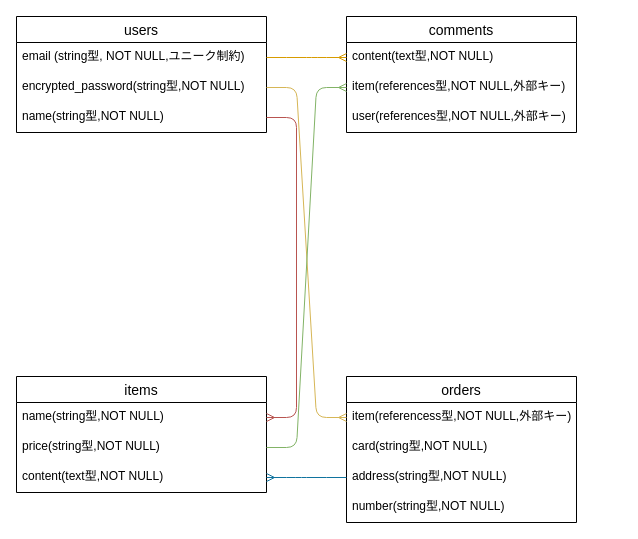
The draw.io diagram furima.dio in ryusi11/furima-39611, before the edit. Source tidied: cells renumbered, new cells numbered last; positions are measured from the earlier drawing's top-left corner, leaving out a move shared by most shapes. Both pictures are drawn from the tidied source at 100%, with x=0, y=0 at pixel (16, 16).
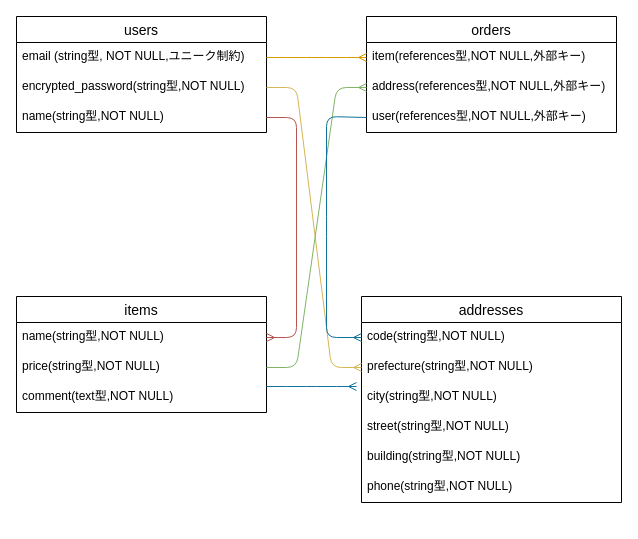
After the change.

Commit message (it also covers changes not shown here):
データベース設計a

Unchanged cells that the change refers to:
```xml
<mxCell id="4" value="price(string型,NOT NULL)" style="text;strokeColor=none;fillColor=none;spacingLeft=4;spacingRight=4;overflow=hidden;points=[[0,0.5],[1,0.5]];portConstraint=eastwest;fontSize=12;" parent="2" vertex="1">
  <mxGeometry y="56" width="250" height="30" as="geometry" />
</mxCell>
<mxCell id="12" value="email (string型, NOT NULL,ユニーク制約)" style="text;strokeColor=none;fillColor=none;spacingLeft=4;spacingRight=4;overflow=hidden;points=[[0,0.5],[1,0.5]];portConstraint=eastwest;fontSize=12;" parent="11" vertex="1">
  <mxGeometry y="26" width="250" height="30" as="geometry" />
</mxCell>
<mxCell id="13" value="encrypted_password(string型,NOT NULL)" style="text;strokeColor=none;fillColor=none;spacingLeft=4;spacingRight=4;overflow=hidden;points=[[0,0.5],[1,0.5]];portConstraint=eastwest;fontSize=12;" parent="11" vertex="1">
  <mxGeometry y="56" width="250" height="30" as="geometry" />
</mxCell>
```

The edit, as a diff of the source:
```diff
@@
     <mxCell id="2" value="items" style="swimlane;fontStyle=0;horizontal=1;startSize=26;align=center;fontSize=14;" parent="1" vertex="1">
-      <mxGeometry y="360" width="250" height="116" as="geometry" />
+      <mxGeometry y="280" width="250" height="116" as="geometry" />
     </mxCell>
@@
-    <mxCell id="5" value="content(text型,NOT NULL)" style="text;strokeColor=none;fillColor=none;spacingLeft=4;spacingRight=4;overflow=hidden;points=[[0,0.5],[1,0.5]];portConstraint=eastwest;fontSize=12;" parent="2" vertex="1">
+    <mxCell id="5" value="comment(text型,NOT NULL)" style="text;strokeColor=none;fillColor=none;spacingLeft=4;spacingRight=4;overflow=hidden;points=[[0,0.5],[1,0.5]];portConstraint=eastwest;fontSize=12;" parent="2" vertex="1">
       <mxGeometry y="86" width="250" height="30" as="geometry" />
     </mxCell>
     <mxCell id="6" value="orders" style="swimlane;fontStyle=0;horizontal=1;startSize=26;align=center;fontSize=14;" parent="1" vertex="1">
-      <mxGeometry x="330" y="360" width="230" height="146" as="geometry" />
+      <mxGeometry x="350" width="250" height="116" as="geometry" />
     </mxCell>
-    <mxCell id="7" value="item(referencess型,NOT NULL,外部キー)" style="text;strokeColor=none;fillColor=none;spacingLeft=4;spacingRight=4;overflow=hidden;points=[[0,0.5],[1,0.5]];portConstraint=eastwest;fontSize=12;" parent="6" vertex="1">
-      <mxGeometry y="26" width="230" height="30" as="geometry" />
+    <mxCell id="7" value="item(references型,NOT NULL,外部キー)" style="text;strokeColor=none;fillColor=none;spacingLeft=4;spacingRight=4;overflow=hidden;points=[[0,0.5],[1,0.5]];portConstraint=eastwest;fontSize=12;" parent="6" vertex="1">
+      <mxGeometry y="26" width="250" height="30" as="geometry" />
     </mxCell>
-    <mxCell id="8" value="card(string型,NOT NULL)" style="text;strokeColor=none;fillColor=none;spacingLeft=4;spacingRight=4;overflow=hidden;fontSize=12;" parent="6" vertex="1">
-      <mxGeometry y="56" width="230" height="30" as="geometry" />
-    </mxCell>
-    <mxCell id="9" value="address(string型,NOT NULL)" style="text;strokeColor=none;fillColor=none;spacingLeft=4;spacingRight=4;overflow=hidden;points=[[0,0.5],[1,0.5]];portConstraint=eastwest;fontSize=12;" parent="6" vertex="1">
-      <mxGeometry y="86" width="230" height="30" as="geometry" />
-    </mxCell>
-    <mxCell id="10" value="number(string型,NOT NULL)" style="text;strokeColor=none;fillColor=none;spacingLeft=4;spacingRight=4;overflow=hidden;fontSize=12;" parent="6" vertex="1">
-      <mxGeometry y="116" width="230" height="30" as="geometry" />
-    </mxCell>
+    <mxCell id="24" value="address(references型,NOT NULL,外部キー)" style="text;strokeColor=none;fillColor=none;spacingLeft=4;spacingRight=4;overflow=hidden;points=[[0,0.5],[1,0.5]];portConstraint=eastwest;fontSize=12;" parent="6" vertex="1">
+      <mxGeometry y="56" width="250" height="30" as="geometry" />
+    </mxCell>
+    <mxCell id="25" value="user(references型,NOT NULL,外部キー)" style="text;strokeColor=none;fillColor=none;spacingLeft=4;spacingRight=4;overflow=hidden;points=[[0,0.5],[1,0.5]];portConstraint=eastwest;fontSize=12;" parent="6" vertex="1">
+      <mxGeometry y="86" width="250" height="30" as="geometry" />
+    </mxCell>
@@
-    <mxCell id="15" value="comments" style="swimlane;fontStyle=0;horizontal=1;startSize=26;align=center;fontSize=14;" parent="1" vertex="1">
-      <mxGeometry x="330" width="230" height="116" as="geometry" />
+    <mxCell id="15" value="addresses" style="swimlane;fontStyle=0;horizontal=1;startSize=26;align=center;fontSize=14;" parent="1" vertex="1">
+      <mxGeometry x="345" y="280" width="260" height="206" as="geometry" />
     </mxCell>
-    <mxCell id="16" value="content(text型,NOT NULL)" style="text;strokeColor=none;fillColor=none;spacingLeft=4;spacingRight=4;overflow=hidden;points=[[0,0.5],[1,0.5]];portConstraint=eastwest;fontSize=12;" parent="15" vertex="1">
-      <mxGeometry y="26" width="230" height="30" as="geometry" />
+    <mxCell id="16" value="code(string型,NOT NULL)" style="text;strokeColor=none;fillColor=none;spacingLeft=4;spacingRight=4;overflow=hidden;points=[[0,0.5],[1,0.5]];portConstraint=eastwest;fontSize=12;" parent="15" vertex="1">
+      <mxGeometry y="26" width="260" height="30" as="geometry" />
     </mxCell>
-    <mxCell id="17" value="item(references型,NOT NULL,外部キー)" style="text;strokeColor=none;fillColor=none;spacingLeft=4;spacingRight=4;overflow=hidden;points=[[0,0.5],[1,0.5]];portConstraint=eastwest;fontSize=12;" parent="15" vertex="1">
-      <mxGeometry y="56" width="230" height="30" as="geometry" />
+    <mxCell id="17" value="prefecture(string型,NOT NULL)" style="text;strokeColor=none;fillColor=none;spacingLeft=4;spacingRight=4;overflow=hidden;points=[[0,0.5],[1,0.5]];portConstraint=eastwest;fontSize=12;" parent="15" vertex="1">
+      <mxGeometry y="56" width="260" height="30" as="geometry" />
     </mxCell>
-    <mxCell id="18" value="user(references型,NOT NULL,外部キー)" style="text;strokeColor=none;fillColor=none;spacingLeft=4;spacingRight=4;overflow=hidden;fontSize=12;" parent="15" vertex="1">
-      <mxGeometry y="86" width="230" height="30" as="geometry" />
+    <mxCell id="18" value="city(string型,NOT NULL)" style="text;strokeColor=none;fillColor=none;spacingLeft=4;spacingRight=4;overflow=hidden;fontSize=12;" parent="15" vertex="1">
+      <mxGeometry y="86" width="260" height="30" as="geometry" />
     </mxCell>
+    <mxCell id="26" value="street(string型,NOT NULL)" style="text;strokeColor=none;fillColor=none;spacingLeft=4;spacingRight=4;overflow=hidden;fontSize=12;" parent="15" vertex="1">
+      <mxGeometry y="116" width="260" height="30" as="geometry" />
+    </mxCell>
+    <mxCell id="27" value="building(string型,NOT NULL)" style="text;strokeColor=none;fillColor=none;spacingLeft=4;spacingRight=4;overflow=hidden;fontSize=12;" parent="15" vertex="1">
+      <mxGeometry y="146" width="260" height="30" as="geometry" />
+    </mxCell>
+    <mxCell id="28" value="phone(string型,NOT NULL)" style="text;strokeColor=none;fillColor=none;spacingLeft=4;spacingRight=4;overflow=hidden;fontSize=12;" parent="15" vertex="1">
+      <mxGeometry y="176" width="260" height="30" as="geometry" />
+    </mxCell>
-    <mxCell id="19" style="edgeStyle=entityRelationEdgeStyle;fontSize=12;html=1;endArrow=ERmany;entryX=0;entryY=0.5;entryDx=0;entryDy=0;exitX=1;exitY=0.5;exitDx=0;exitDy=0;fillColor=#ffe6cc;strokeColor=#d79b00;" parent="1" edge="1" source="12" target="16">
+    <mxCell id="19" style="edgeStyle=entityRelationEdgeStyle;fontSize=12;html=1;endArrow=ERmany;exitX=1;exitY=0.5;exitDx=0;exitDy=0;fillColor=#ffe6cc;strokeColor=#d79b00;entryX=0;entryY=0.5;entryDx=0;entryDy=0;" parent="1" edge="1" source="12" target="7">
       <mxGeometry relative="1" as="geometry" />
     </mxCell>
-    <mxCell id="20" style="edgeStyle=entityRelationEdgeStyle;fontSize=12;html=1;endArrow=ERmany;exitX=1;exitY=0.5;exitDx=0;exitDy=0;entryX=0;entryY=0.5;entryDx=0;entryDy=0;fillColor=#fff2cc;strokeColor=#d6b656;" parent="1" edge="1" source="13" target="7">
+    <mxCell id="20" style="edgeStyle=entityRelationEdgeStyle;fontSize=12;html=1;endArrow=ERmany;exitX=1;exitY=0.5;exitDx=0;exitDy=0;fillColor=#fff2cc;strokeColor=#d6b656;entryX=0;entryY=0.5;entryDx=0;entryDy=0;" parent="1" edge="1" source="13" target="17">
       <mxGeometry relative="1" as="geometry" />
     </mxCell>
@@
-    <mxCell id="22" style="edgeStyle=entityRelationEdgeStyle;fontSize=12;html=1;endArrow=ERmany;exitX=1;exitY=0.5;exitDx=0;exitDy=0;entryX=0;entryY=0.5;entryDx=0;entryDy=0;fillColor=#d5e8d4;strokeColor=#82b366;" parent="1" edge="1" source="4" target="17">
+    <mxCell id="22" style="edgeStyle=entityRelationEdgeStyle;fontSize=12;html=1;endArrow=ERmany;exitX=1;exitY=0.5;exitDx=0;exitDy=0;fillColor=#d5e8d4;strokeColor=#82b366;entryX=0;entryY=0.5;entryDx=0;entryDy=0;" parent="1" edge="1" source="4" target="24">
       <mxGeometry relative="1" as="geometry" />
     </mxCell>
-    <mxCell id="23" style="edgeStyle=entityRelationEdgeStyle;fontSize=12;html=1;endArrow=ERmany;exitX=0;exitY=0.5;exitDx=0;exitDy=0;entryX=1;entryY=0.5;entryDx=0;entryDy=0;fillColor=#b1ddf0;strokeColor=#10739e;" parent="1" edge="1" source="9" target="5">
-      <mxGeometry relative="1" as="geometry" />
+    <mxCell id="23" style="edgeStyle=entityRelationEdgeStyle;fontSize=12;html=1;endArrow=ERmany;fillColor=#b1ddf0;strokeColor=#10739e;" parent="1" edge="1">
+      <mxGeometry relative="1" as="geometry">
+        <mxPoint x="250" y="370" as="sourcePoint" />
+        <mxPoint x="340" y="370" as="targetPoint" />
+      </mxGeometry>
     </mxCell>
+    <mxCell id="29" style="fontSize=12;html=1;endArrow=none;endFill=0;entryX=0;entryY=0.5;entryDx=0;entryDy=0;exitX=0;exitY=0.5;exitDx=0;exitDy=0;startArrow=ERmany;startFill=0;fillColor=#b1ddf0;strokeColor=#10739e;" parent="1" edge="1" source="16" target="25">
+      <mxGeometry relative="1" as="geometry">
+        <Array as="points">
+          <mxPoint x="310" y="321" />
+          <mxPoint x="310" y="210" />
+          <mxPoint x="310" y="100" />
+        </Array>
+      </mxGeometry>
+    </mxCell>
```
